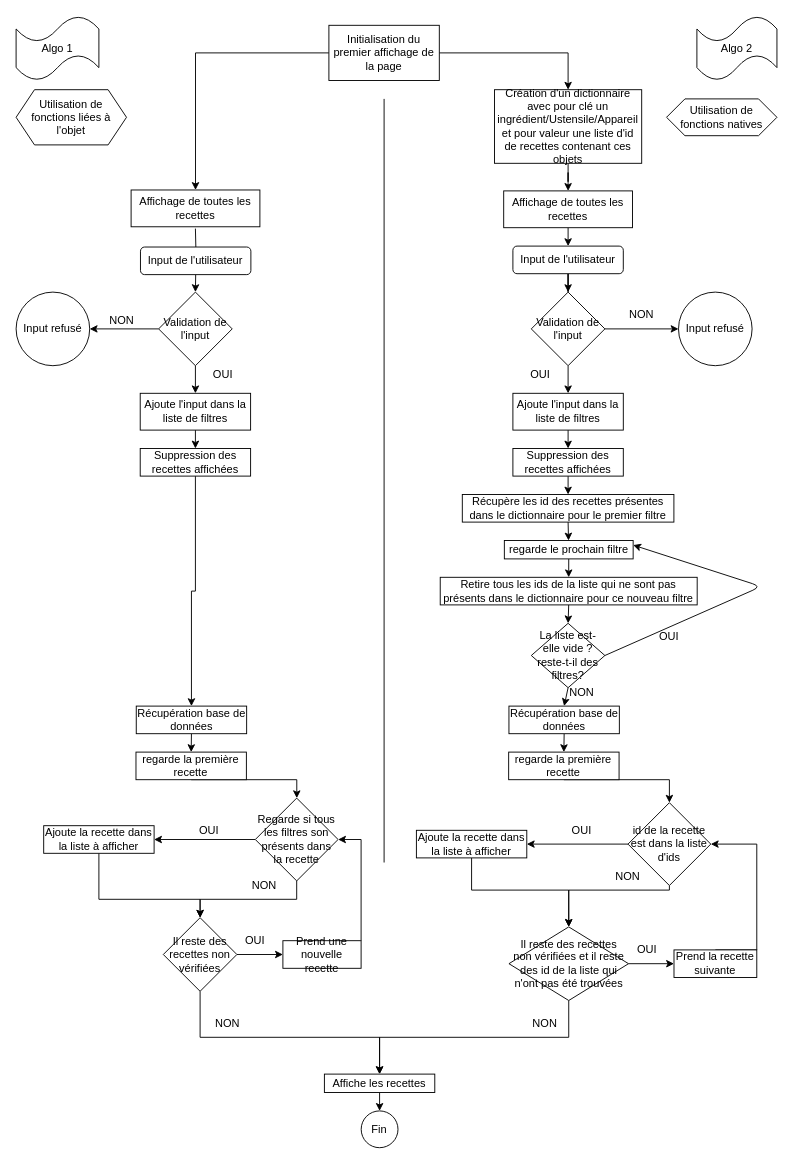
The draw.io diagram Diagramme sans nom.drawio in Antonin81/Les-petits-plats, before the edit. Source tidied: cells renumbered, new cells numbered last; positions are measured from the earlier drawing's top-left corner, leaving out a move shared by most shapes. Both pictures are drawn from the tidied source at 92%, with x=0, y=0 at pixel (16, 16).
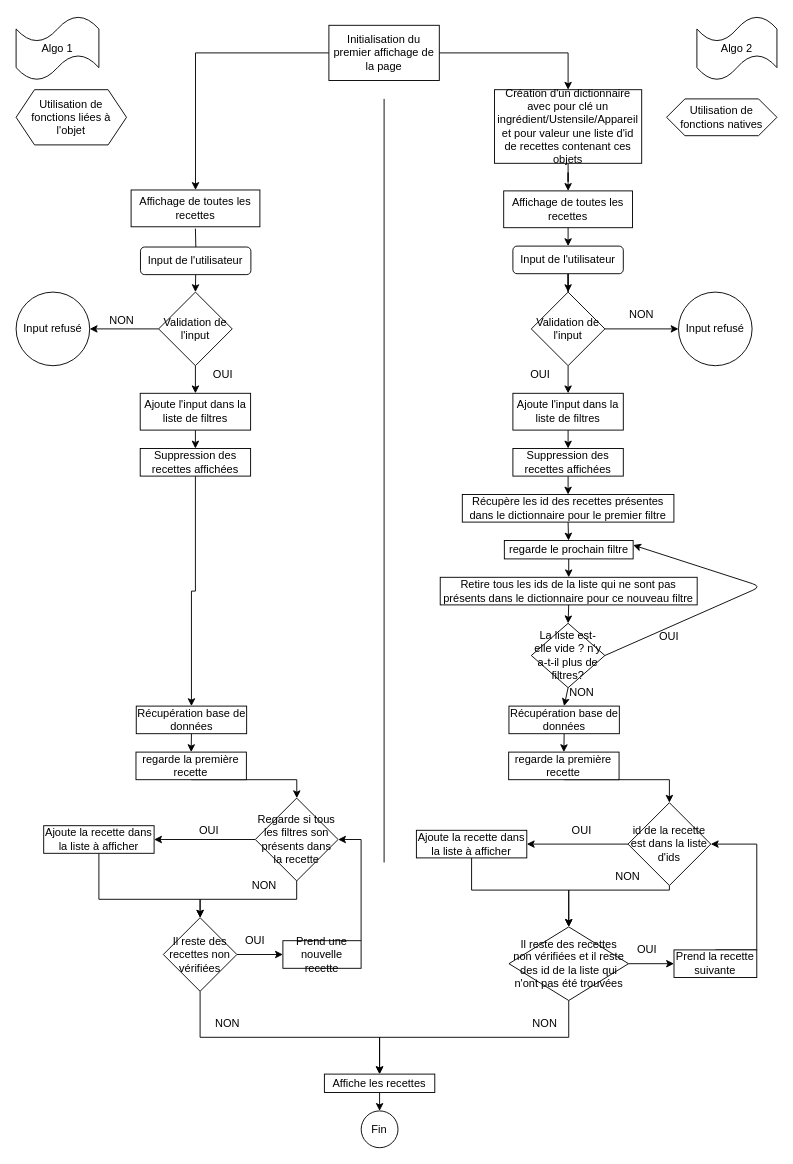
The same diagram, later.

Commit message:
correction diagramme algo

The edit, as a diff of the source:
```diff
@@
-    <mxCell id="85" value="La liste est-elle vide ? reste-t-il des filtres?" style="rhombus;whiteSpace=wrap;html=1;" parent="1" vertex="1">
+    <mxCell id="85" value="La liste est-elle vide ? n'y a-t-il plus de filtres?" style="rhombus;whiteSpace=wrap;html=1;" parent="1" vertex="1">
       <mxGeometry x="560" y="660" width="80" height="70" as="geometry" />
     </mxCell>
```
